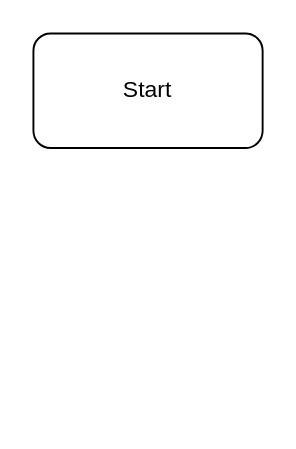
Above: 0.1/docs/flow chart.drawio in ShuoKuro/PET-Filament-Recycler (draw.io), before the change. Source tidied: cells renumbered, new cells numbered last; positions are measured from the earlier drawing's top-left corner, leaving out a move shared by most shapes. Both pictures are drawn from the tidied source at 191%, with x=0, y=0 at pixel (32, 32).
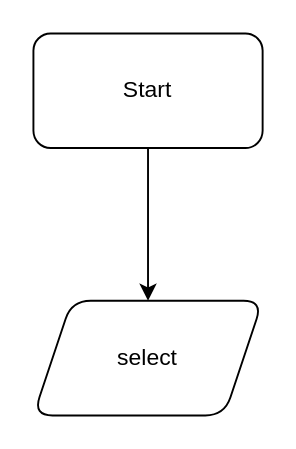
After the change.

Change to the diagram source:
```diff
@@
 <mxGraphModel>
   <root>
     <mxCell id="0" />
     <mxCell id="1" parent="0" />
+    <mxCell id="3" style="edgeStyle=orthogonalEdgeStyle;rounded=0;jettySize=auto;html=1;" parent="1" edge="1" source="2" target="4">
+      <mxGeometry relative="1" as="geometry" />
+    </mxCell>
     <mxCell id="2" value="Start" style="rounded=1;whiteSpace=wrap;html=1;" parent="1" vertex="1">
       <mxGeometry width="120" height="60" as="geometry" />
     </mxCell>
+    <mxCell id="4" value="select" style="shape=parallelogram;perimeter=parallelogramPerimeter;whiteSpace=wrap;html=1;fixedSize=1;rounded=1;" parent="1" vertex="1">
+      <mxGeometry y="140" width="120" height="60" as="geometry" />
+    </mxCell>
   </root>
 </mxGraphModel>
```
